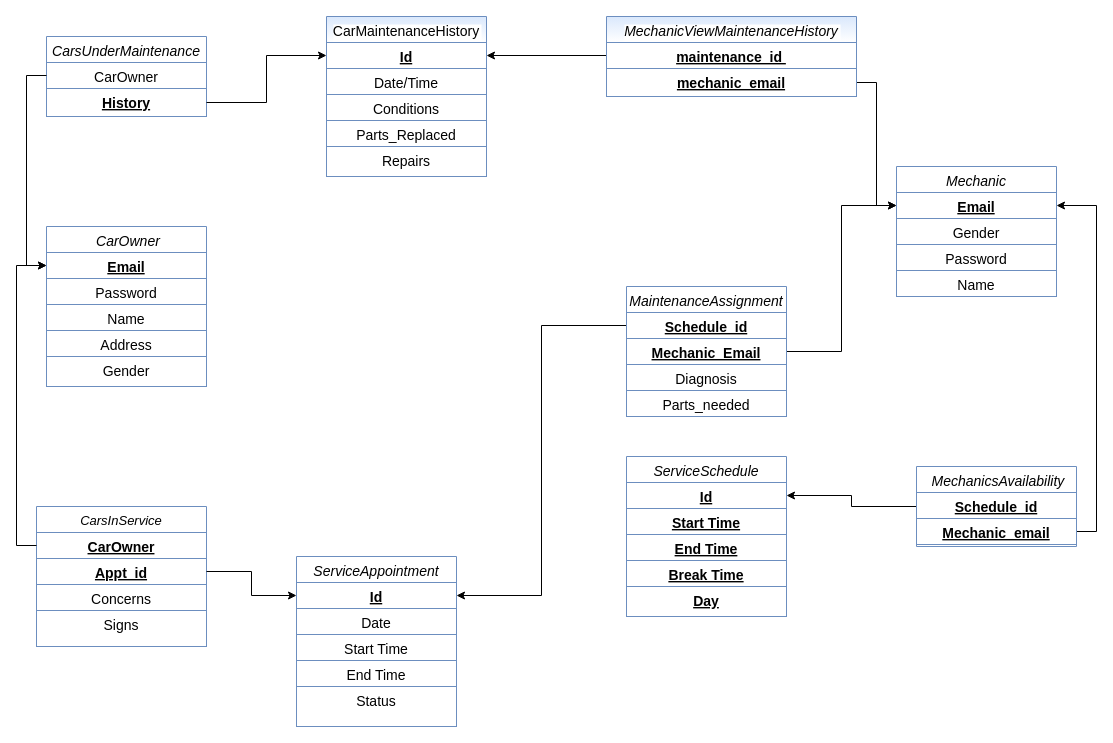
Earlier version of the draw.io diagram CarMaintenance Schema.drawio (TJames01/CarMaintenance). Source tidied: cells renumbered, new cells numbered last; positions are measured from the earlier drawing's top-left corner, leaving out a move shared by most shapes. Both pictures are drawn from the tidied source at 100%, with x=0, y=0 at pixel (36, 16).
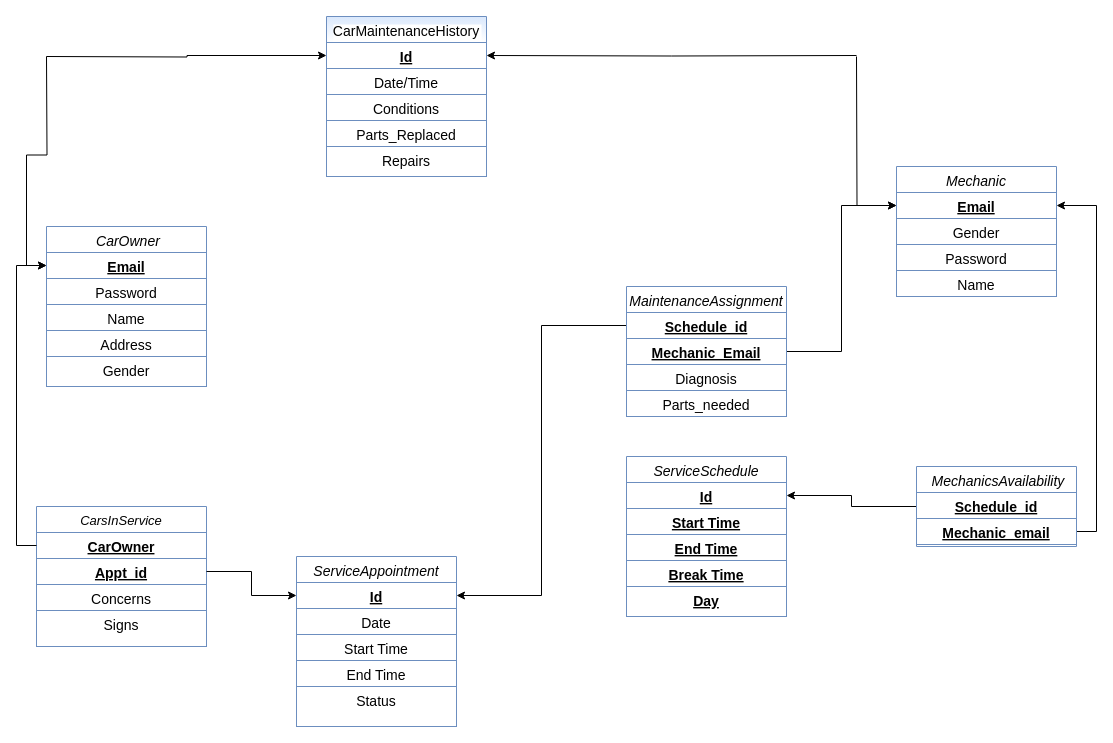
After the change.

The change refers to these unchanged cells:
```xml
<mxCell id="3" value="Id" style="text;align=center;verticalAlign=top;spacingLeft=4;spacingRight=4;overflow=hidden;points=[[0,0.5],[1,0.5]];portConstraint=eastwest;fontStyle=5;fillColor=#FFFFFF;strokeColor=#6c8ebf;gradientColor=#ffffff;fontSize=14;" parent="2" vertex="1">
  <mxGeometry y="26" width="160" height="26" as="geometry" />
</mxCell>
<mxCell id="12" value="Email" style="text;align=center;verticalAlign=top;spacingLeft=4;spacingRight=4;overflow=hidden;points=[[0,0.5],[1,0.5]];portConstraint=eastwest;fontStyle=5;fillColor=#FFFFFF;strokeColor=#6c8ebf;gradientColor=#ffffff;fontSize=14;" parent="11" vertex="1">
  <mxGeometry y="26" width="160" height="26" as="geometry" />
</mxCell>
<mxCell id="37" value="Email" style="text;align=center;verticalAlign=top;spacingLeft=4;spacingRight=4;overflow=hidden;points=[[0,0.5],[1,0.5]];portConstraint=eastwest;fontStyle=5;fillColor=#FFFFFF;strokeColor=#6c8ebf;gradientColor=#ffffff;fontSize=14;" parent="36" vertex="1">
  <mxGeometry y="26" width="160" height="26" as="geometry" />
</mxCell>
```

Change to the diagram source:
```diff
@@
-    <mxCell id="8" value="CarsUnderMaintenance" style="swimlane;fontStyle=2;align=center;verticalAlign=top;horizontal=1;startSize=26;rounded=0;shadow=0;strokeWidth=1;labelBackgroundColor=#ffffff;strokeColor=#6c8ebf;gradientDirection=north;fillColor=#FFFFFF;gradientColor=#ffffff;fontSize=14;" parent="1" vertex="1">
-      <mxGeometry x="10" y="20" width="160" height="80" as="geometry" />
-    </mxCell>
-    <mxCell id="9" value="CarOwner" style="text;align=center;verticalAlign=top;spacingLeft=4;spacingRight=4;overflow=hidden;points=[[0,0.5],[1,0.5]];portConstraint=eastwest;fontStyle=0;fillColor=#FFFFFF;strokeColor=#6c8ebf;gradientColor=#ffffff;fontSize=14;" parent="8" vertex="1">
-      <mxGeometry y="26" width="160" height="26" as="geometry" />
-    </mxCell>
-    <mxCell id="10" value="History" style="text;align=center;verticalAlign=top;spacingLeft=4;spacingRight=4;overflow=hidden;points=[[0,0.5],[1,0.5]];portConstraint=eastwest;rounded=0;shadow=0;html=0;fontStyle=5;fillColor=#FFFFFF;strokeColor=#6c8ebf;gradientColor=#ffffff;fontSize=14;" parent="8" vertex="1">
-      <mxGeometry y="52" width="160" height="28" as="geometry" />
-    </mxCell>
@@
-    <mxCell id="30" style="edgeStyle=orthogonalEdgeStyle;rounded=0;jettySize=auto;html=1;exitX=0;exitY=0.5;exitDx=0;exitDy=0;entryX=0;entryY=0.5;entryDx=0;entryDy=0;fontSize=14;align=center;fillColor=#FFFFFF;" parent="1" edge="1" source="9" target="12">
-      <mxGeometry relative="1" as="geometry" />
+    <mxCell id="30" style="edgeStyle=orthogonalEdgeStyle;rounded=0;jettySize=auto;html=1;entryX=0;entryY=0.5;entryDx=0;entryDy=0;fontSize=14;align=center;fillColor=#FFFFFF;" parent="1" edge="1" target="12">
+      <mxGeometry relative="1" as="geometry">
+        <mxPoint x="10" y="40" as="sourcePoint" />
+      </mxGeometry>
     </mxCell>
-    <mxCell id="31" style="edgeStyle=orthogonalEdgeStyle;rounded=0;jettySize=auto;html=1;exitX=1;exitY=0.5;exitDx=0;exitDy=0;entryX=0;entryY=0.5;entryDx=0;entryDy=0;fontSize=14;align=center;fillColor=#FFFFFF;" parent="1" edge="1" source="10" target="3">
-      <mxGeometry relative="1" as="geometry" />
+    <mxCell id="31" style="edgeStyle=orthogonalEdgeStyle;rounded=0;jettySize=auto;html=1;entryX=0;entryY=0.5;entryDx=0;entryDy=0;fontSize=14;align=center;fillColor=#FFFFFF;" parent="1" edge="1" target="3">
+      <mxGeometry relative="1" as="geometry">
+        <mxPoint x="10" y="40" as="sourcePoint" />
+      </mxGeometry>
     </mxCell>
@@
-    <mxCell id="34" style="edgeStyle=orthogonalEdgeStyle;rounded=0;jettySize=auto;html=1;exitX=0;exitY=0.5;exitDx=0;exitDy=0;entryX=1;entryY=0.5;entryDx=0;entryDy=0;fontSize=14;align=center;fillColor=#FFFFFF;" parent="1" edge="1" source="49" target="3">
-      <mxGeometry relative="1" as="geometry" />
+    <mxCell id="34" style="edgeStyle=orthogonalEdgeStyle;rounded=0;jettySize=auto;html=1;entryX=1;entryY=0.5;entryDx=0;entryDy=0;fontSize=14;align=center;fillColor=#FFFFFF;" parent="1" edge="1" target="3">
+      <mxGeometry relative="1" as="geometry">
+        <mxPoint x="820" y="39" as="sourcePoint" />
+      </mxGeometry>
     </mxCell>
-    <mxCell id="35" style="edgeStyle=orthogonalEdgeStyle;rounded=0;jettySize=auto;html=1;exitX=1;exitY=0.5;exitDx=0;exitDy=0;entryX=0;entryY=0.5;entryDx=0;entryDy=0;fontSize=14;align=center;fillColor=#FFFFFF;" parent="1" edge="1" source="50" target="37">
-      <mxGeometry relative="1" as="geometry" />
+    <mxCell id="35" style="edgeStyle=orthogonalEdgeStyle;rounded=0;jettySize=auto;html=1;exitX=1;exitY=0.5;exitDx=0;exitDy=0;entryX=0;entryY=0.5;entryDx=0;entryDy=0;fontSize=14;align=center;fillColor=#FFFFFF;" parent="1" edge="1" target="37">
+      <mxGeometry relative="1" as="geometry">
+        <mxPoint x="820" y="40" as="sourcePoint" />
+      </mxGeometry>
     </mxCell>
@@
-    <mxCell id="48" value="MechanicViewMaintenanceHistory" style="swimlane;fontStyle=2;align=center;verticalAlign=top;horizontal=1;startSize=26;rounded=0;shadow=0;strokeWidth=1;fillColor=#dae8fc;strokeColor=#6c8ebf;labelBackgroundColor=#ffffff;gradientColor=#ffffff;fontSize=14;" parent="1" vertex="1">
-      <mxGeometry x="570" width="250" height="80" as="geometry" />
-    </mxCell>
-    <mxCell id="49" value="maintenance_id " style="text;align=center;verticalAlign=top;spacingLeft=4;spacingRight=4;overflow=hidden;points=[[0,0.5],[1,0.5]];portConstraint=eastwest;fontStyle=5;fillColor=#FFFFFF;strokeColor=#6c8ebf;gradientColor=#ffffff;fontSize=14;" parent="48" vertex="1">
-      <mxGeometry y="26" width="250" height="26" as="geometry" />
-    </mxCell>
-    <mxCell id="50" value="mechanic_email" style="text;align=center;verticalAlign=top;spacingLeft=4;spacingRight=4;overflow=hidden;points=[[0,0.5],[1,0.5]];portConstraint=eastwest;rounded=0;shadow=0;html=0;fontStyle=5;fillColor=#FFFFFF;strokeColor=#6c8ebf;gradientColor=#ffffff;fontSize=14;" parent="48" vertex="1">
-      <mxGeometry y="52" width="250" height="28" as="geometry" />
-    </mxCell>
```
